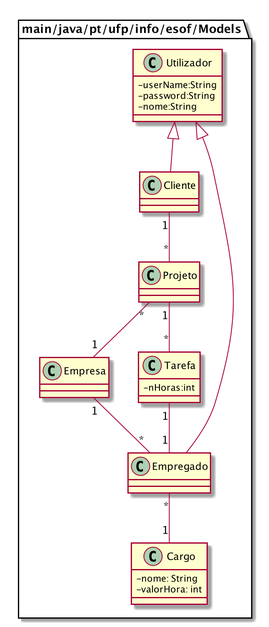
Above: diagramaClasses.png in 35365/projetoEsof (PlantUML), before the change.
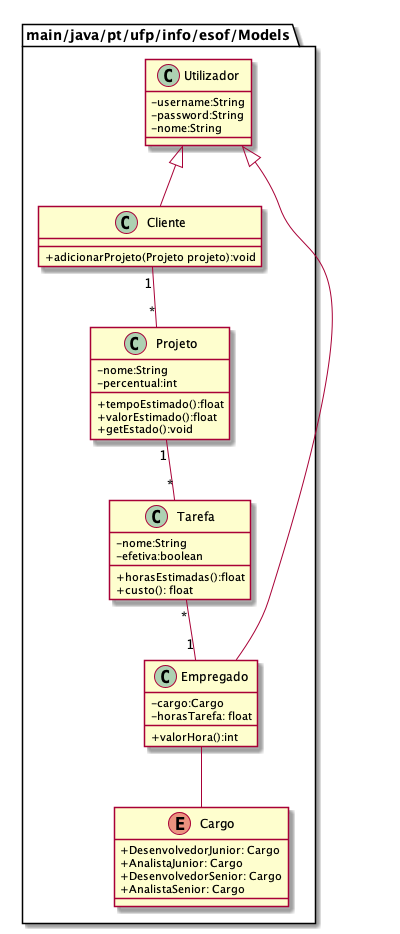
After the change.

The edit, as a diff of the source:
```diff
@@ -4,36 +4,45 @@
 package "main/java/pt/ufp/info/esof/Models"{
 
     class Utilizador{
-            - userName:String
+            - username:String
             - password:String
             - nome:String
     }
     class Cliente{
+        + adicionarProjeto(Projeto projeto):void
     }
     class Projeto{
-    }
-    class Empresa{
-
+        - nome:String
+        - percentual:int
+        + tempoEstimado():float
+        + valorEstimado():float
+        + getEstado():void
     }
     class Tarefa{
-        - nHoras:int
+        - nome:String
+        - efetiva:boolean
+        + horasEstimadas():float
+        + custo(): float
     }
     class Empregado{
-    }
-    class Cargo{
-        - nome: String
-        - valorHora: int
+        - cargo:Cargo
+        - horasTarefa: float
+        + valorHora():int
     }
 
+    Enum Cargo{
+    + DesenvolvedorJunior: Cargo
+    + AnalistaJunior: Cargo
+    + DesenvolvedorSenior: Cargo
+    + AnalistaSenior: Cargo
+    }
     Utilizador <|-- Cliente
     Utilizador <|-- Empregado
 
     Cliente "1" --"*" Projeto
-    Projeto "*" -- "1" Empresa
     Projeto "1" -- "*" Tarefa
-    Tarefa "1" -- "1" Empregado
-    Empresa "1" -- "*" Empregado
-    Empregado "*" -- "1" Cargo
+    Tarefa "*" -- "1" Empregado
+    Empregado -- Cargo
 
 }
 
```
